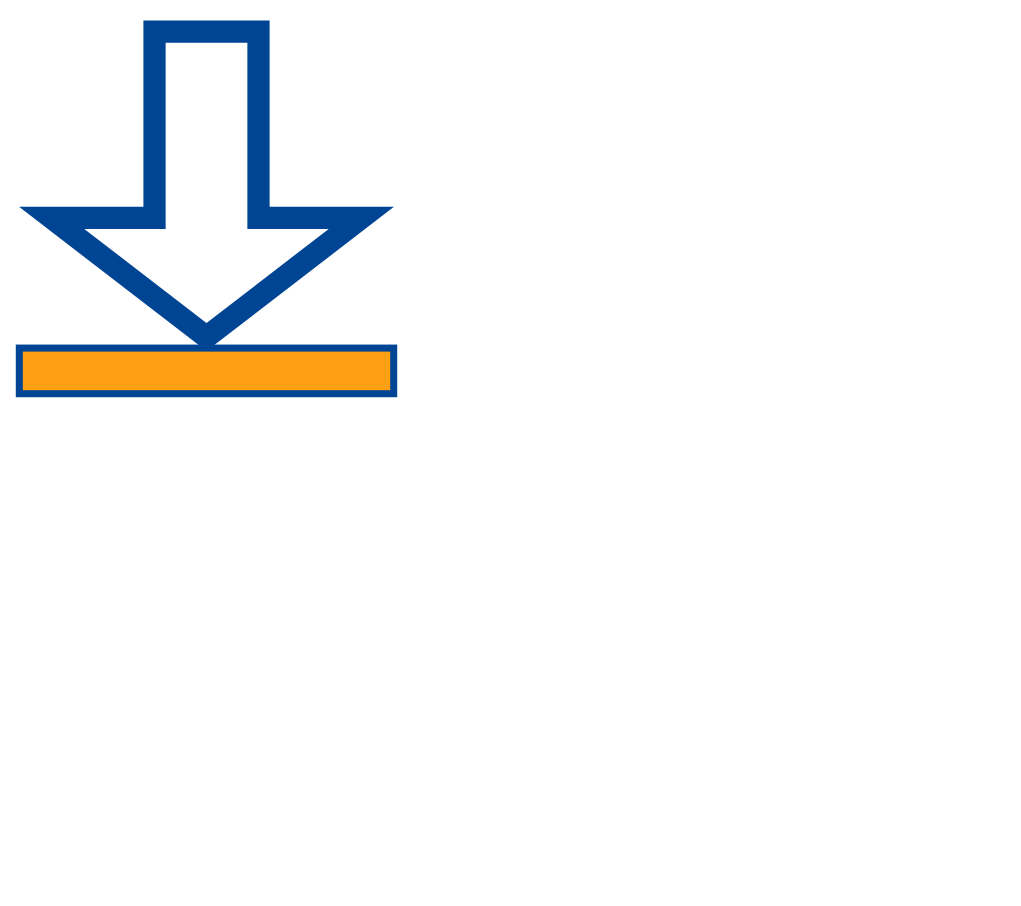
The draw.io diagram Temp/设计原图.drawio in ChenDudo/mm32programmer_cmd, before the edit. Source tidied: cells renumbered, new cells numbered last; positions are measured from the earlier drawing's top-left corner, leaving out a move shared by most shapes. Both pictures are drawn from the tidied source at 117%, with x=0, y=0 at pixel (19, 20).
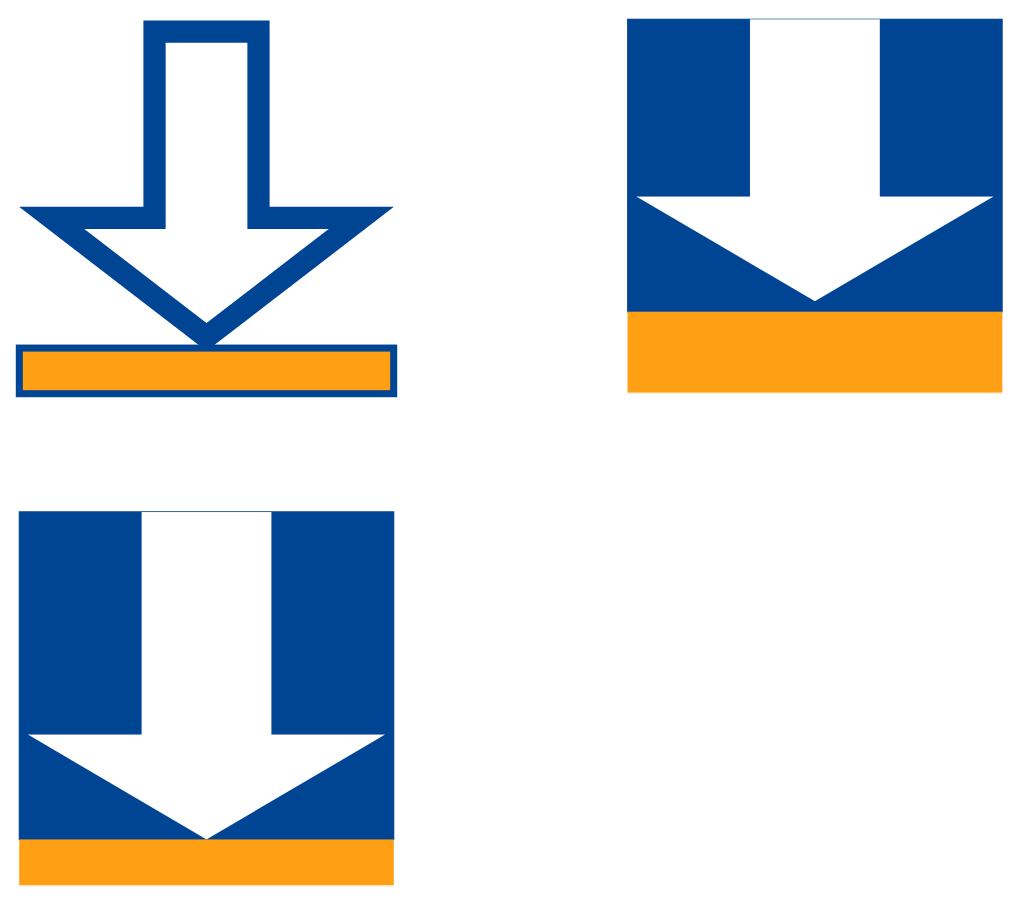
The same page after the edit.

Change to the diagram source:
```diff
@@
 <mxGraphModel>
   <root>
     <mxCell id="0" />
     <mxCell id="1" parent="0" />
     <mxCell id="2" style="group;" parent="1" vertex="1">
       <mxGeometry width="320" height="319" as="geometry" />
     </mxCell>
     <mxCell id="3" style="shape=flexArrow;endArrow=classic;html=1;rounded=0;endWidth=156.6530612244898;endSize=27.571428571428573;width=70.85714285714286;strokeWidth=19;strokeColor=#004494;entryX=0.5;entryY=0;entryDx=0;entryDy=0;" parent="2" edge="1" target="4">
       <mxGeometry relative="1" as="geometry">
         <mxPoint x="160" as="sourcePoint" />
       </mxGeometry>
     </mxCell>
     <mxCell id="4" style="rounded=0;whiteSpace=wrap;html=1;fillColor=#FFA014;strokeColor=#004494;strokeWidth=6;" parent="2" vertex="1">
       <mxGeometry y="280" width="320" height="39" as="geometry" />
     </mxCell>
+    <mxCell id="5" style="group;" parent="1" vertex="1">
+      <mxGeometry y="420" width="320" height="320" as="geometry" />
+    </mxCell>
+    <mxCell id="6" style="group;strokeWidth=0;strokeColor=#FF8000;" parent="5" vertex="1">
+      <mxGeometry width="320" height="320" as="geometry" />
+    </mxCell>
+    <mxCell id="7" style="rounded=0;whiteSpace=wrap;html=1;fillColor=#004494;strokeColor=#004494;" parent="5" vertex="1">
+      <mxGeometry width="320" height="280" as="geometry" />
+    </mxCell>
+    <mxCell id="8" style="shape=flexArrow;endArrow=classic;html=1;rounded=0;endWidth=194.4589774078478;endSize=29.882758620689653;width=111.0344827586207;strokeWidth=0;strokeColor=#004494;entryX=0.5;entryY=0;entryDx=0;entryDy=0;fillColor=default;" parent="5" edge="1" target="9">
+      <mxGeometry relative="1" as="geometry">
+        <mxPoint x="160" as="sourcePoint" />
+      </mxGeometry>
+    </mxCell>
+    <mxCell id="9" style="rounded=0;whiteSpace=wrap;html=1;fillColor=#FFA014;strokeColor=#FF8000;strokeWidth=0;" parent="5" vertex="1">
+      <mxGeometry y="280" width="320" height="39" as="geometry" />
+    </mxCell>
+    <mxCell id="10" style="group;" parent="1" vertex="1">
+      <mxGeometry x="520" y="-1" width="320" height="320" as="geometry" />
+    </mxCell>
+    <mxCell id="11" style="group;strokeWidth=0;strokeColor=#FF8000;" parent="10" vertex="1">
+      <mxGeometry width="320" height="320" as="geometry" />
+    </mxCell>
+    <mxCell id="12" style="rounded=0;whiteSpace=wrap;html=1;fillColor=#004494;strokeColor=#004494;" parent="10" vertex="1">
+      <mxGeometry width="320" height="250" as="geometry" />
+    </mxCell>
+    <mxCell id="13" style="shape=flexArrow;endArrow=classic;html=1;rounded=0;endWidth=194.4589774078478;endSize=29.882758620689653;width=111.0344827586207;strokeWidth=0;strokeColor=#004494;fillColor=default;" parent="10" edge="1">
+      <mxGeometry relative="1" as="geometry">
+        <mxPoint x="160" as="sourcePoint" />
+        <mxPoint x="160" y="241" as="targetPoint" />
+      </mxGeometry>
+    </mxCell>
+    <mxCell id="14" style="rounded=0;whiteSpace=wrap;html=1;fillColor=#FFA014;strokeColor=#FF8000;strokeWidth=0;" parent="10" vertex="1">
+      <mxGeometry y="250" width="320" height="69" as="geometry" />
+    </mxCell>
   </root>
 </mxGraphModel>
```
